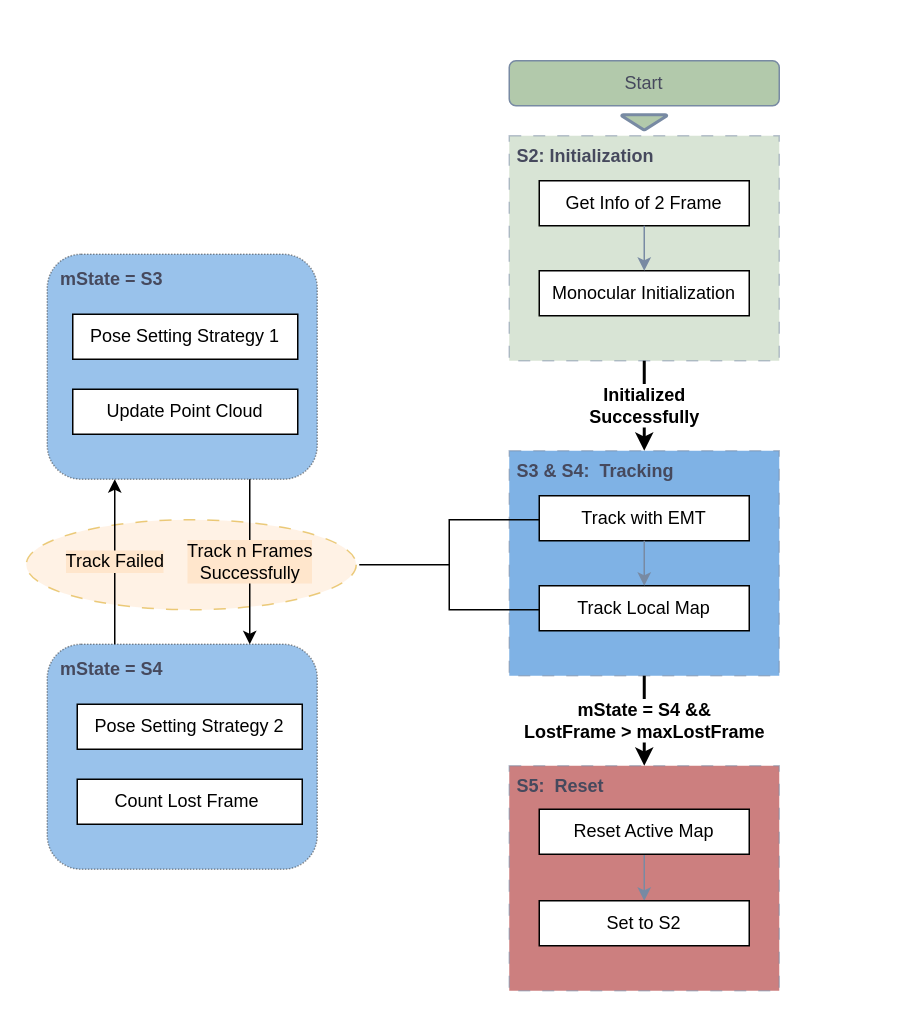
Abigail248/endoscope_orb_slan3 keeps this draw.io diagram as EMSLAM.drawio. Above is the earlier version. Source tidied: cells renumbered, new cells numbered last; positions are measured from the earlier drawing's top-left corner, leaving out a move shared by most shapes. Both pictures are drawn from the tidied source at 150%, with x=0, y=0 at pixel (26, 60).
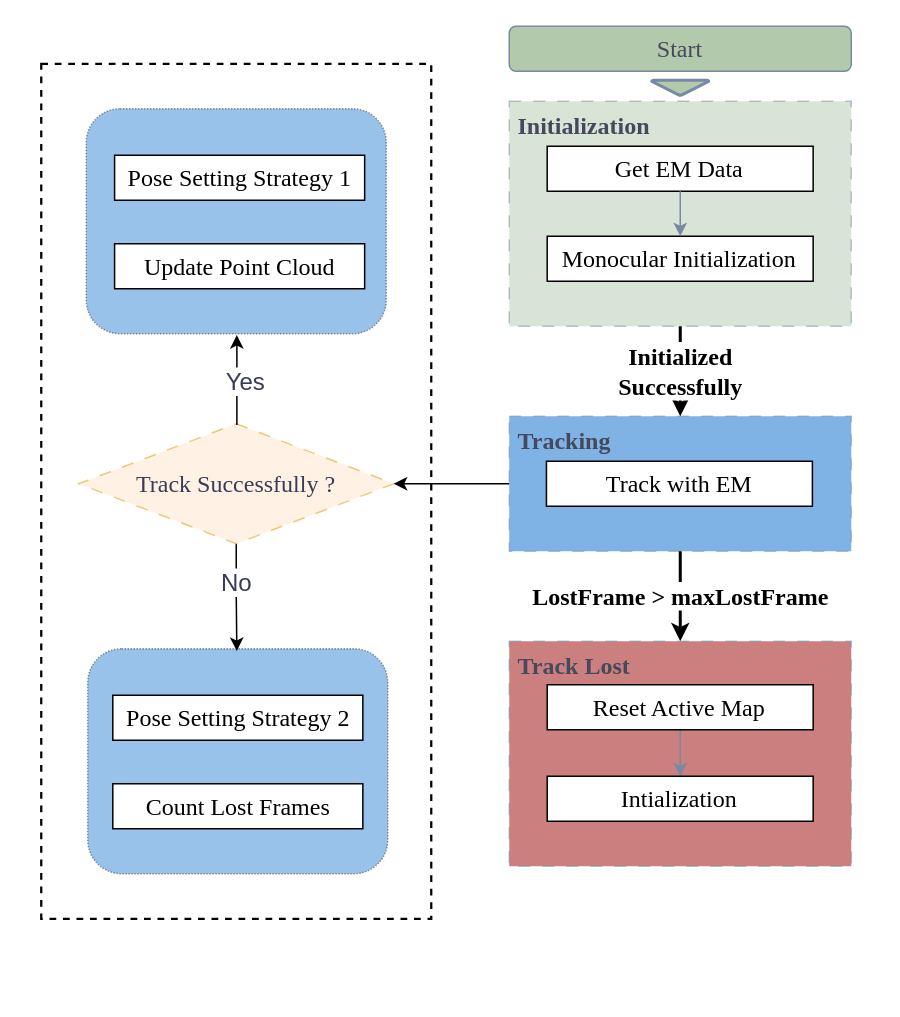
The same diagram, later.

What changed in the source:
```diff
@@
-    <mxCell id="2" style="group;" parent="1" vertex="1">
-      <mxGeometry x="63" width="502" height="620" as="geometry" />
-    </mxCell>
-    <mxCell id="3" style="group;" parent="2" vertex="1">
-      <mxGeometry x="259" width="180" height="620" as="geometry" />
-    </mxCell>
+    <mxCell id="36" style="rounded=0;whiteSpace=wrap;html=1;fillColor=none;dashed=1;strokeWidth=1.5;" parent="1" vertex="1">
+      <mxGeometry x="10" y="2" width="260" height="570" as="geometry" />
+    </mxCell>
-    <mxCell id="4" style="group;" parent="3" vertex="1">
-      <mxGeometry width="180" height="200" as="geometry" />
+    <mxCell id="4" style="group;fontSize=16;fontFamily=Times New Roman;" parent="1" vertex="1">
+      <mxGeometry x="322" y="-23" width="228" height="200" as="geometry" />
     </mxCell>
-    <mxCell id="5" value="Start" style="rounded=1;whiteSpace=wrap;html=1;fillColor=#B2C9AB;strokeColor=#788AA3;fontColor=#46495D;labelBackgroundColor=none;" parent="4" vertex="1">
-      <mxGeometry width="180" height="30" as="geometry" />
+    <mxCell id="5" value="Start" style="rounded=1;whiteSpace=wrap;html=1;fillColor=#B2C9AB;strokeColor=#788AA3;fontColor=#46495D;labelBackgroundColor=none;fontSize=16;fontFamily=Times New Roman;" parent="4" vertex="1">
+      <mxGeometry width="228" height="30" as="geometry" />
     </mxCell>
-    <mxCell id="6" style="strokeWidth=2;html=1;shape=mxgraph.flowchart.merge_or_storage;whiteSpace=wrap;labelBackgroundColor=none;fillColor=#B2C9AB;strokeColor=#788AA3;fontColor=#46495D;" parent="4" vertex="1">
-      <mxGeometry x="75" y="36" width="30" height="10" as="geometry" />
+    <mxCell id="6" style="strokeWidth=2;html=1;shape=mxgraph.flowchart.merge_or_storage;whiteSpace=wrap;labelBackgroundColor=none;fillColor=#B2C9AB;strokeColor=#788AA3;fontColor=#46495D;fontSize=16;fontFamily=Times New Roman;" parent="4" vertex="1">
+      <mxGeometry x="95" y="36" width="38" height="10" as="geometry" />
     </mxCell>
-    <mxCell id="7" value="&lt;b&gt;&amp;nbsp;S2: Initialization&lt;/b&gt;" style="rounded=0;whiteSpace=wrap;html=1;strokeColor=#788AA3;fontColor=#46495D;fillColor=#B2C9AB;align=left;horizontal=1;verticalAlign=top;dashed=1;dashPattern=8 8;opacity=50;" parent="4" vertex="1">
-      <mxGeometry y="50" width="180" height="150" as="geometry" />
+    <mxCell id="7" value="&lt;b style=&quot;font-size: 16px;&quot;&gt;&amp;nbsp;Initialization&lt;/b&gt;" style="rounded=0;whiteSpace=wrap;html=1;strokeColor=#788AA3;fontColor=#46495D;fillColor=#B2C9AB;align=left;horizontal=1;verticalAlign=top;dashed=1;dashPattern=8 8;opacity=50;fontSize=16;fontFamily=Times New Roman;" parent="4" vertex="1">
+      <mxGeometry y="50" width="228" height="150" as="geometry" />
     </mxCell>
-    <mxCell id="8" value="Get Info of 2 Frame" style="rounded=0;whiteSpace=wrap;html=1;" parent="4" vertex="1">
-      <mxGeometry x="20" y="80" width="140" height="30" as="geometry" />
+    <mxCell id="8" value="Get EM Data" style="rounded=0;whiteSpace=wrap;html=1;fontSize=16;fontFamily=Times New Roman;" parent="4" vertex="1">
+      <mxGeometry x="25.3" y="80" width="177.3" height="30" as="geometry" />
     </mxCell>
-    <mxCell id="9" value="Monocular Initialization" style="rounded=0;whiteSpace=wrap;html=1;" parent="4" vertex="1">
-      <mxGeometry x="20" y="140" width="140" height="30" as="geometry" />
+    <mxCell id="9" value="Monocular Initialization" style="rounded=0;whiteSpace=wrap;html=1;fontSize=16;fontFamily=Times New Roman;" parent="4" vertex="1">
+      <mxGeometry x="25.3" y="140" width="177.3" height="30" as="geometry" />
     </mxCell>
-    <mxCell id="10" style="edgeStyle=orthogonalEdgeStyle;rounded=0;jettySize=auto;html=1;strokeColor=#788AA3;fontColor=#46495D;fillColor=#B2C9AB;" parent="4" edge="1" source="8" target="9">
-      <mxGeometry relative="1" as="geometry" />
+    <mxCell id="10" style="edgeStyle=orthogonalEdgeStyle;rounded=0;jettySize=auto;html=1;strokeColor=#788AA3;fontColor=#46495D;fillColor=#B2C9AB;fontSize=16;fontFamily=Times New Roman;" parent="4" edge="1" source="8" target="9">
+      <mxGeometry relative="1" as="geometry">
+        <Array as="points">
+          <mxPoint x="114" y="120" />
+          <mxPoint x="114" y="120" />
+        </Array>
+      </mxGeometry>
     </mxCell>
-    <mxCell id="11" style="group;" parent="3" vertex="1">
-      <mxGeometry y="260" width="180" height="150" as="geometry" />
+    <mxCell id="11" style="group;fontSize=16;fontFamily=Times New Roman;" parent="1" vertex="1">
+      <mxGeometry x="322" y="237" width="228" height="150" as="geometry" />
     </mxCell>
-    <mxCell id="12" value="&lt;b&gt;&amp;nbsp;S3 &amp;amp; S4:&amp;nbsp; Tracking&lt;/b&gt;" style="rounded=0;whiteSpace=wrap;html=1;strokeColor=#788AA3;fontColor=#46495D;fillColor=#0066CC;align=left;horizontal=1;verticalAlign=top;dashed=1;dashPattern=8 8;opacity=50;" parent="11" vertex="1">
-      <mxGeometry width="180" height="150" as="geometry" />
+    <mxCell id="12" value="&lt;b style=&quot;font-size: 16px;&quot;&gt;&amp;nbsp;Tracking&lt;/b&gt;" style="rounded=0;whiteSpace=wrap;html=1;strokeColor=#788AA3;fontColor=#46495D;fillColor=#0066CC;align=left;horizontal=1;verticalAlign=top;dashed=1;dashPattern=8 8;opacity=50;fontSize=16;fontFamily=Times New Roman;" parent="11" vertex="1">
+      <mxGeometry width="228" height="90" as="geometry" />
     </mxCell>
-    <mxCell id="13" value="Track with EMT" style="rounded=0;whiteSpace=wrap;html=1;" parent="11" vertex="1">
-      <mxGeometry x="20" y="30" width="140" height="30" as="geometry" />
+    <mxCell id="13" value="Track with EM" style="rounded=0;whiteSpace=wrap;html=1;fontSize=16;fontFamily=Times New Roman;" parent="11" vertex="1">
+      <mxGeometry x="24.8" y="30" width="177.3" height="30" as="geometry" />
     </mxCell>
-    <mxCell id="14" value="Track Local Map" style="rounded=0;whiteSpace=wrap;html=1;" parent="11" vertex="1">
-      <mxGeometry x="20" y="90" width="140" height="30" as="geometry" />
-    </mxCell>
-    <mxCell id="15" style="edgeStyle=orthogonalEdgeStyle;rounded=0;jettySize=auto;html=1;strokeColor=#788AA3;fontFamily=Helvetica;fontSize=12;fontColor=#ffffff;fillColor=#B2C9AB;" parent="11" edge="1" source="13" target="14">
-      <mxGeometry relative="1" as="geometry" />
-    </mxCell>
+    <mxCell id="21" value="Initialized&lt;br style=&quot;font-size: 16px;&quot;&gt;Successfully" style="edgeStyle=orthogonalEdgeStyle;rounded=0;jettySize=auto;html=1;strokeColor=#000000;fontFamily=Times New Roman;fontSize=16;fontColor=#000000;fillColor=#B2C9AB;fontStyle=1;strokeWidth=2;" parent="1" edge="1" source="7" target="12">
+      <mxGeometry relative="1" as="geometry" />
+    </mxCell>
+    <mxCell id="22" value="LostFrame &amp;gt; maxLostFrame" style="edgeStyle=orthogonalEdgeStyle;rounded=0;jettySize=auto;html=1;strokeColor=#000000;fontFamily=Times New Roman;fontSize=16;fontColor=#000000;fillColor=#B2C9AB;fontStyle=1;entryX=0.5;entryY=0;entryDx=0;entryDy=0;strokeWidth=2;" parent="1" edge="1" source="12" target="17">
+      <mxGeometry relative="1" as="geometry" />
+    </mxCell>
+    <mxCell id="17" value="&lt;b style=&quot;font-size: 16px;&quot;&gt;&amp;nbsp;Track Lost&lt;/b&gt;" style="rounded=0;whiteSpace=wrap;html=1;strokeColor=#788AA3;fontColor=#46495D;fillColor=#990000;align=left;horizontal=1;verticalAlign=top;dashed=1;dashPattern=8 8;opacity=50;fontSize=16;fontFamily=Times New Roman;" parent="1" vertex="1">
+      <mxGeometry x="322" y="387" width="228" height="150" as="geometry" />
+    </mxCell>
-    <mxCell id="16" style="group;" parent="3" vertex="1">
-      <mxGeometry y="470" width="180" height="150" as="geometry" />
+    <mxCell id="16" style="group;fontSize=16;fontFamily=Times New Roman;" parent="1" vertex="1">
+      <mxGeometry x="322" y="387" width="228" height="150" as="geometry" />
     </mxCell>
-    <mxCell id="17" value="&lt;b&gt;&amp;nbsp;S5:&amp;nbsp; Reset&lt;/b&gt;" style="rounded=0;whiteSpace=wrap;html=1;strokeColor=#788AA3;fontColor=#46495D;fillColor=#990000;align=left;horizontal=1;verticalAlign=top;dashed=1;dashPattern=8 8;opacity=50;" parent="16" vertex="1">
-      <mxGeometry width="180" height="150" as="geometry" />
-    </mxCell>
-    <mxCell id="18" style="edgeStyle=orthogonalEdgeStyle;rounded=0;jettySize=auto;html=1;strokeColor=#788AA3;fontFamily=Helvetica;fontSize=12;fontColor=#ffffff;fillColor=#B2C9AB;" parent="16" edge="1" source="19" target="20">
+    <mxCell id="18" style="edgeStyle=orthogonalEdgeStyle;rounded=0;jettySize=auto;html=1;strokeColor=#788AA3;fontFamily=Times New Roman;fontSize=16;fontColor=#ffffff;fillColor=#B2C9AB;" parent="16" edge="1" source="19" target="20">
       <mxGeometry relative="1" as="geometry" />
     </mxCell>
-    <mxCell id="19" value="Reset Active Map" style="rounded=0;whiteSpace=wrap;html=1;" parent="16" vertex="1">
-      <mxGeometry x="20" y="29" width="140" height="30" as="geometry" />
+    <mxCell id="19" value="Reset Active Map" style="rounded=0;whiteSpace=wrap;html=1;fontSize=16;fontFamily=Times New Roman;" parent="16" vertex="1">
+      <mxGeometry x="25.3" y="29" width="177.3" height="30" as="geometry" />
     </mxCell>
-    <mxCell id="20" value="Set to S2" style="rounded=0;whiteSpace=wrap;html=1;" parent="16" vertex="1">
-      <mxGeometry x="20" y="90" width="140" height="30" as="geometry" />
+    <mxCell id="20" value="Intialization" style="rounded=0;whiteSpace=wrap;html=1;fontSize=16;fontFamily=Times New Roman;" parent="16" vertex="1">
+      <mxGeometry x="25.3" y="90" width="177.3" height="30" as="geometry" />
     </mxCell>
-    <mxCell id="21" value="Initialized&lt;br&gt;Successfully" style="edgeStyle=orthogonalEdgeStyle;rounded=0;jettySize=auto;html=1;strokeColor=#000000;fontFamily=Helvetica;fontSize=12;fontColor=#000000;fillColor=#B2C9AB;fontStyle=1;strokeWidth=2;" parent="3" edge="1" source="7" target="12">
-      <mxGeometry relative="1" as="geometry" />
-    </mxCell>
-    <mxCell id="22" value="mState = S4 &amp;amp;&amp;amp;&lt;br&gt;LostFrame &amp;gt; maxLostFrame" style="edgeStyle=orthogonalEdgeStyle;rounded=0;jettySize=auto;html=1;strokeColor=#000000;fontFamily=Helvetica;fontSize=12;fontColor=#000000;fillColor=#B2C9AB;fontStyle=1;entryX=0.5;entryY=0;entryDx=0;entryDy=0;strokeWidth=2;" parent="3" edge="1" source="12" target="17">
-      <mxGeometry relative="1" as="geometry" />
-    </mxCell>
-    <mxCell id="23" style="strokeWidth=1;html=1;shape=mxgraph.flowchart.annotation_2;align=left;labelPosition=right;rounded=0;strokeColor=default;fontFamily=Helvetica;fontSize=12;fontColor=#808080;fillColor=default;" parent="2" vertex="1">
-      <mxGeometry x="159" y="306" width="120" height="60" as="geometry" />
-    </mxCell>
-    <mxCell id="24" style="group;" parent="2" vertex="1">
-      <mxGeometry y="129" width="220" height="410" as="geometry" />
-    </mxCell>
-    <mxCell id="25" style="ellipse;whiteSpace=wrap;html=1;rounded=0;strokeColor=#d79b00;fontFamily=Helvetica;fontSize=12;fillColor=#ffe6cc;dashed=1;dashPattern=8 8;opacity=50;" parent="24" vertex="1">
-      <mxGeometry x="-63" y="177" width="220" height="60" as="geometry" />
-    </mxCell>
-    <mxCell id="26" style="group;" parent="24" vertex="1">
-      <mxGeometry x="-49" width="180" height="150" as="geometry" />
+    <mxCell id="26" style="group;fontSize=16;fontFamily=Times New Roman;" parent="1" vertex="1">
+      <mxGeometry x="40" y="32" width="200" height="150" as="geometry" />
     </mxCell>
-    <mxCell id="27" value="&lt;div style=&quot;&quot;&gt;&lt;font color=&quot;#46495d&quot;&gt;&lt;b&gt;mState = S3&lt;/b&gt;&lt;/font&gt;&lt;/div&gt;" style="rounded=1;whiteSpace=wrap;html=1;strokeColor=default;fontFamily=Helvetica;fontSize=12;fontColor=default;fillColor=#0066CC;opacity=40;dashed=1;dashPattern=1 1;align=left;verticalAlign=top;horizontal=1;spacingLeft=4;spacing=5;" parent="26" vertex="1">
-      <mxGeometry width="180" height="150" as="geometry" />
+    <mxCell id="27" value="&lt;div style=&quot;font-size: 16px;&quot;&gt;&lt;br style=&quot;font-size: 16px;&quot;&gt;&lt;/div&gt;" style="rounded=1;whiteSpace=wrap;html=1;strokeColor=default;fontFamily=Times New Roman;fontSize=16;fontColor=default;fillColor=#0066CC;opacity=40;dashed=1;dashPattern=1 1;align=left;verticalAlign=top;horizontal=1;spacingLeft=4;spacing=5;" parent="26" vertex="1">
+      <mxGeometry width="200" height="150" as="geometry" />
     </mxCell>
-    <mxCell id="28" value="Update Point Cloud" style="rounded=0;whiteSpace=wrap;html=1;strokeColor=default;fontFamily=Helvetica;fontSize=12;fontColor=default;fillColor=default;" parent="26" vertex="1">
-      <mxGeometry x="17" y="90" width="150" height="30" as="geometry" />
+    <mxCell id="28" value="Update Point Cloud" style="rounded=0;whiteSpace=wrap;html=1;strokeColor=default;fontFamily=Times New Roman;fontSize=16;fontColor=default;fillColor=default;" parent="26" vertex="1">
+      <mxGeometry x="18.9" y="90" width="166.7" height="30" as="geometry" />
     </mxCell>
-    <mxCell id="29" value="Pose Setting Strategy 1" style="rounded=0;whiteSpace=wrap;html=1;strokeColor=default;fontFamily=Helvetica;fontSize=12;fontColor=default;fillColor=default;" parent="26" vertex="1">
-      <mxGeometry x="17" y="40" width="150" height="30" as="geometry" />
+    <mxCell id="29" value="Pose Setting Strategy 1" style="rounded=0;whiteSpace=wrap;html=1;strokeColor=default;fontFamily=Times New Roman;fontSize=16;fontColor=default;fillColor=default;" parent="26" vertex="1">
+      <mxGeometry x="18.9" y="31" width="166.7" height="30" as="geometry" />
     </mxCell>
-    <mxCell id="30" style="group;" parent="24" vertex="1">
-      <mxGeometry x="-49" y="260" width="180" height="150" as="geometry" />
+    <mxCell id="30" style="group;fontSize=16;fontFamily=Times New Roman;" parent="1" vertex="1">
+      <mxGeometry x="77" y="392" width="180" height="150" as="geometry" />
     </mxCell>
-    <mxCell id="31" value="&lt;div style=&quot;&quot;&gt;&lt;font color=&quot;#46495d&quot;&gt;&lt;b&gt;mState = S4&lt;/b&gt;&lt;/font&gt;&lt;/div&gt;" style="rounded=1;whiteSpace=wrap;html=1;strokeColor=default;fontFamily=Helvetica;fontSize=12;fontColor=default;fillColor=#0066CC;opacity=40;dashed=1;dashPattern=1 1;align=left;verticalAlign=top;horizontal=1;spacingLeft=4;spacing=5;" parent="30" vertex="1">
-      <mxGeometry width="180" height="150" as="geometry" />
+    <mxCell id="31" value="&lt;div style=&quot;font-size: 16px;&quot;&gt;&lt;br&gt;&lt;/div&gt;" style="rounded=1;whiteSpace=wrap;html=1;strokeColor=default;fontFamily=Times New Roman;fontSize=16;fontColor=default;fillColor=#0066CC;opacity=40;dashed=1;dashPattern=1 1;align=left;verticalAlign=top;horizontal=1;spacingLeft=4;spacing=5;" parent="30" vertex="1">
+      <mxGeometry x="-36" width="200" height="150" as="geometry" />
     </mxCell>
-    <mxCell id="32" value="Count Lost Frame&amp;nbsp;" style="rounded=0;whiteSpace=wrap;html=1;strokeColor=default;fontFamily=Helvetica;fontSize=12;fontColor=default;fillColor=default;" parent="30" vertex="1">
-      <mxGeometry x="20" y="90" width="150" height="30" as="geometry" />
-    </mxCell>
-    <mxCell id="33" value="Pose Setting Strategy 2" style="rounded=0;whiteSpace=wrap;html=1;strokeColor=default;fontFamily=Helvetica;fontSize=12;fontColor=default;fillColor=default;" parent="30" vertex="1">
-      <mxGeometry x="20" y="40" width="150" height="30" as="geometry" />
+    <mxCell id="33" value="Pose Setting Strategy 2" style="rounded=0;whiteSpace=wrap;html=1;strokeColor=default;fontFamily=Times New Roman;fontSize=16;fontColor=default;fillColor=default;" parent="30" vertex="1">
+      <mxGeometry x="-19.3" y="31" width="166.7" height="30" as="geometry" />
     </mxCell>
-    <mxCell id="34" value="Track n Frames &lt;br&gt;Successfully" style="edgeStyle=orthogonalEdgeStyle;rounded=0;jettySize=auto;html=1;exitX=0.75;exitY=1;exitDx=0;exitDy=0;entryX=0.75;entryY=0;entryDx=0;entryDy=0;strokeColor=#000000;fontFamily=Helvetica;fontSize=12;fontColor=#000000;fillColor=#B2C9AB;labelBackgroundColor=#FFE6CC;" parent="24" edge="1" source="27" target="31">
-      <mxGeometry relative="1" as="geometry" />
-    </mxCell>
-    <mxCell id="35" value="Track Failed" style="edgeStyle=orthogonalEdgeStyle;rounded=0;jettySize=auto;html=1;exitX=0.25;exitY=0;exitDx=0;exitDy=0;entryX=0.25;entryY=1;entryDx=0;entryDy=0;strokeColor=#000000;fontFamily=Helvetica;fontSize=12;fontColor=#000000;fillColor=#B2C9AB;labelBackgroundColor=#FFE6CC;" parent="24" edge="1" source="31" target="27">
-      <mxGeometry relative="1" as="geometry" />
-    </mxCell>
+    <mxCell id="37" value="Count Lost Frames" style="rounded=0;whiteSpace=wrap;html=1;strokeColor=default;fontFamily=Times New Roman;fontSize=16;fontColor=default;fillColor=default;" parent="30" vertex="1">
+      <mxGeometry x="-19.3" y="90" width="166.7" height="30" as="geometry" />
+    </mxCell>
+    <mxCell id="38" style="edgeStyle=orthogonalEdgeStyle;rounded=0;jettySize=auto;html=1;strokeColor=#000000;fontColor=#393C56;fillColor=#F2CC8F;entryX=0.497;entryY=0.01;entryDx=0;entryDy=0;entryPerimeter=0;" parent="1" edge="1" source="40" target="31">
+      <mxGeometry relative="1" as="geometry" />
+    </mxCell>
+    <mxCell id="39" value="No" style="edgeLabel;html=1;align=center;verticalAlign=middle;fontColor=#393C56;fontSize=16;" parent="38" vertex="1">
+      <mxGeometry x="-0.29" y="-1" relative="1" as="geometry">
+        <mxPoint y="-1" as="offset" />
+      </mxGeometry>
+    </mxCell>
+    <mxCell id="40" value="Track Successfully ?" style="rhombus;whiteSpace=wrap;html=1;strokeColor=#D79B00;fontColor=#393C56;fillColor=#FFE6CC;dashed=1;dashPattern=8 8;opacity=50;fontSize=16;fontFamily=Times New Roman;" parent="1" vertex="1">
+      <mxGeometry x="35" y="242" width="210" height="80" as="geometry" />
+    </mxCell>
+    <mxCell id="41" style="endArrow=classic;html=1;rounded=0;strokeColor=#000000;fontColor=#393C56;fillColor=#F2CC8F;entryX=0.502;entryY=1.006;entryDx=0;entryDy=0;entryPerimeter=0;exitX=0.502;exitY=0.011;exitDx=0;exitDy=0;exitPerimeter=0;" parent="1" edge="1" source="40" target="27">
+      <mxGeometry relative="1" as="geometry" />
+    </mxCell>
+    <mxCell id="42" value="Yes" style="edgeLabel;html=1;align=center;verticalAlign=middle;fontColor=#393C56;fontSize=16;" parent="41" vertex="1">
+      <mxGeometry x="-0.02" y="-5" relative="1" as="geometry" />
+    </mxCell>
+    <mxCell id="43" style="edgeStyle=orthogonalEdgeStyle;rounded=0;jettySize=auto;html=1;" parent="1" edge="1" source="12" target="40">
+      <mxGeometry relative="1" as="geometry" />
+    </mxCell>
```
